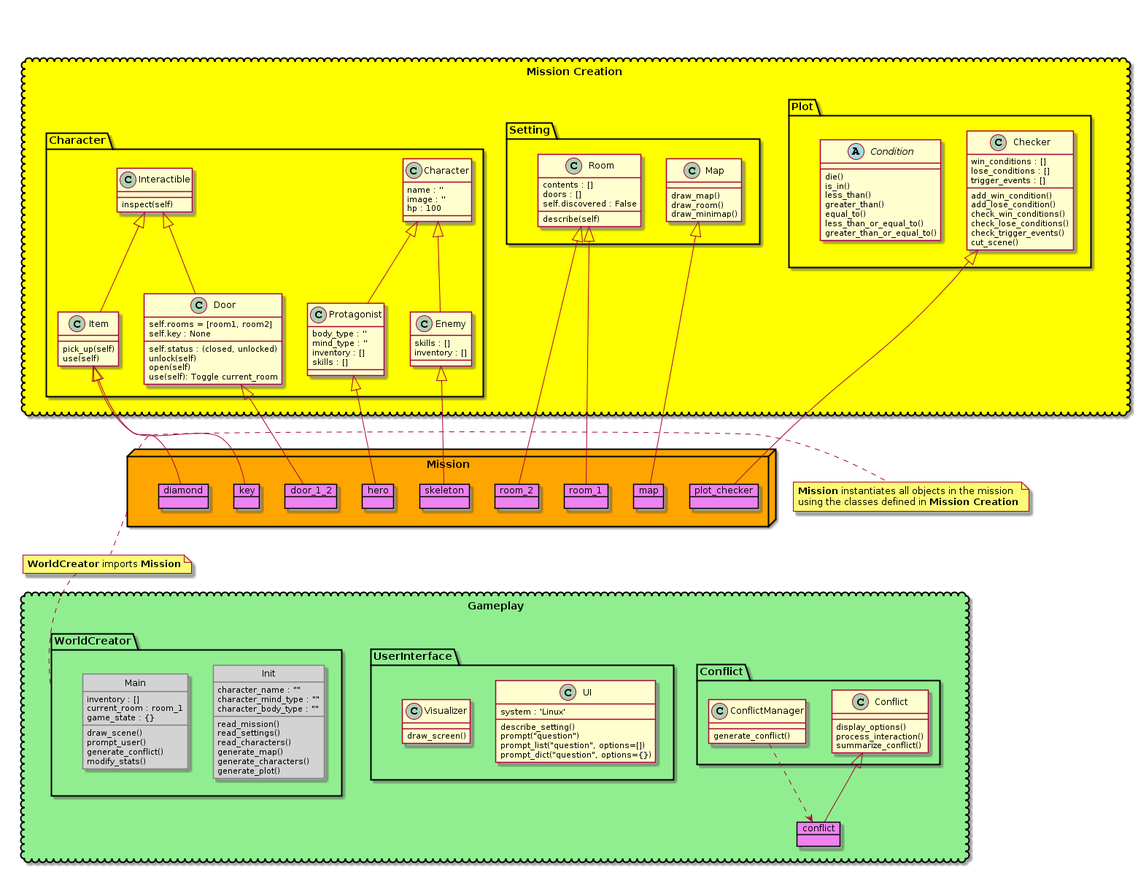
Before: doc/package_diagram.png, a diagram exported from PlantUML (kiew-ay/Adventure).
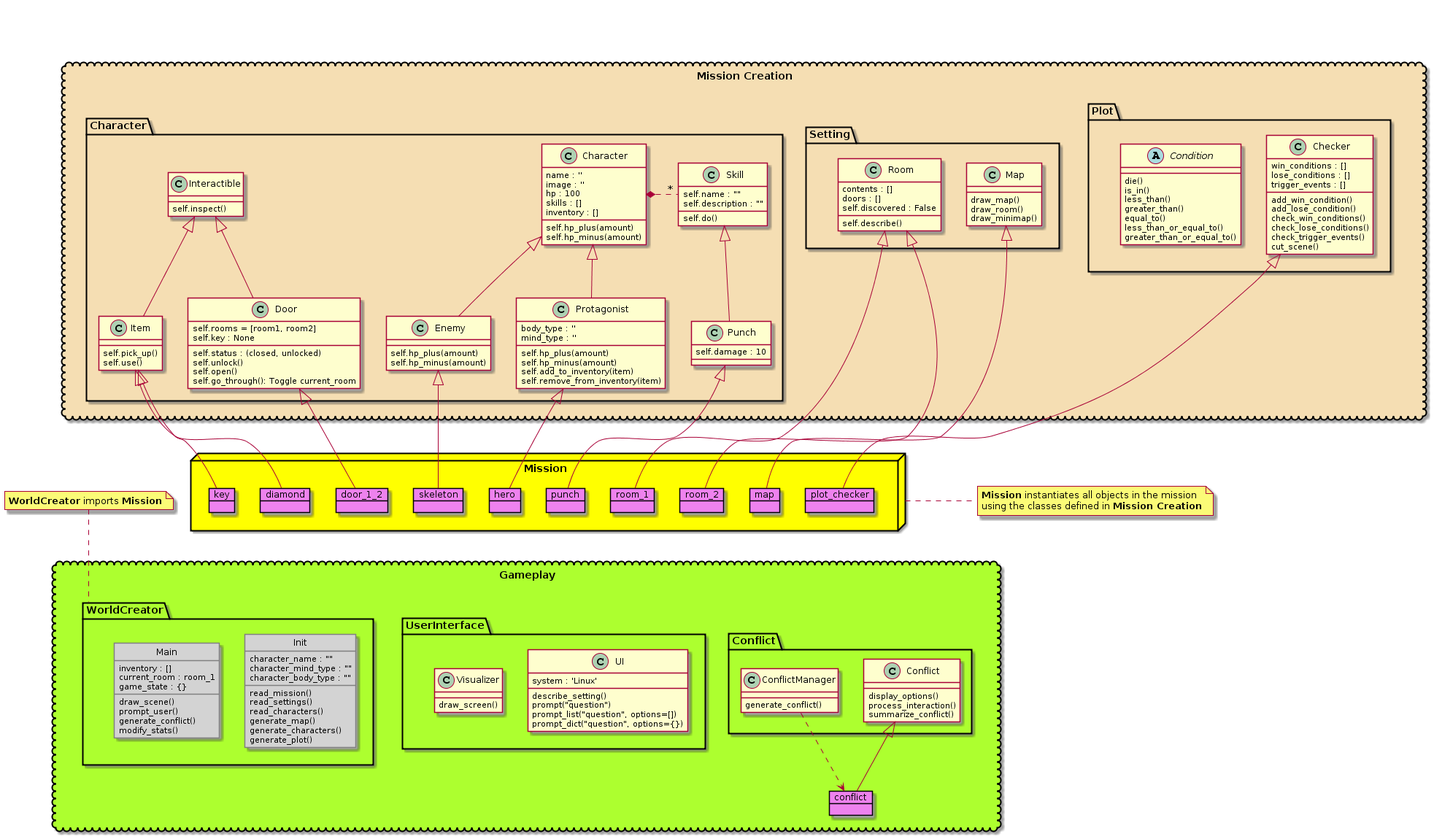
The same file after the commit.

Commit message:
Added "Skill" class to UML and example_dungeon.py

Diff of the diagram source:
```diff
@@ -10,32 +10,50 @@
 }
 
 
-package "Mission Creation" <<Cloud>> #Yellow {
+package "Mission Creation" <<Cloud>> #Wheat {
     package Character <<Folder>> {
         class Character {
             name : ''
             image : ''
             hp : 100
+            skills : []
+            inventory : []
+            self.hp_plus(amount)
+            self.hp_minus(amount)
         }
         class Protagonist {
             body_type : ''
             mind_type : ''
-            inventory : []
-            skills : []
+            self.hp_plus(amount)
+            self.hp_minus(amount)
+            self.add_to_inventory(item)
+            self.remove_from_inventory(item)
         }
         class Enemy {
-            skills : []
-            inventory : []
+            self.hp_plus(amount)
+            self.hp_minus(amount)
         }
         Character <|-- Protagonist
         Character <|-- Enemy
 
+        class Skill {
+            self.name : ""
+            self.description : ""
+            self.do()
+        }
+        Character *. "*" Skill
+
+        class Punch {
+            self.damage : 10
+        }
+        Skill <|-- Punch
+
         class Interactible {
-            inspect(self)
+            self.inspect()
         }
         class Item {
-            pick_up(self)
-            use(self)
+            self.pick_up()
+            self.use()
         }
         Interactible <|-- Item
 
@@ -43,9 +61,9 @@
             self.rooms = [room1, room2]
             self.key : None
             self.status : (closed, unlocked)
-            unlock(self)
-            open(self)
-            use(self): Toggle current_room
+            self.unlock()
+            self.open()
+            self.go_through(): Toggle current_room
         }
         Interactible <|-- Door
     }
@@ -55,7 +73,7 @@
             contents : []
             doors : []
             self.discovered : False
-            describe(self)
+            self.describe()
         }
 
         class Map {
@@ -92,12 +110,15 @@
 }
 
 
-package Mission <<Node>> #Orange {
+package Mission <<Node>> #BUSINESS {
     object hero
         Protagonist <|-- hero
 
     object skeleton
         Enemy <|-- skeleton
+
+    object punch
+        Punch <|-- punch
 
     object diamond
         Item <|-- diamond
@@ -122,7 +143,7 @@
 }
 
 
-package "Gameplay" <<Cloud>> #LightGreen {
+package "Gameplay" <<Cloud>> #GreenYellow {
     package Conflict <<Folder>> {
         class Conflict {
             display_options()
@@ -183,12 +204,15 @@
 }
 
 
-"Mission Creation" -down[hidden]--> Mission
-Mission -down[hidden]--> "Gameplay"
+"Mission Creation" -down[hidden]-> Mission
+Mission -down[hidden]-> "Gameplay"
 
 Character -[hidden]> Setting
 Setting   -[hidden]> Plot
 
+Character -[hidden]-> Enemy
+
+Character -[hidden]-> WorldCreator
 
 note right of Mission
     <b>Mission</b> instantiates all objects in the mission
@@ -196,7 +220,7 @@
 end note
 
 note "<b>WorldCreator</b> imports <b>Mission</b>" as MissionImportNote
-Mission .. MissionImportNote
+Mission .left[hidden]. MissionImportNote
 MissionImportNote .. WorldCreator
 
 
```
